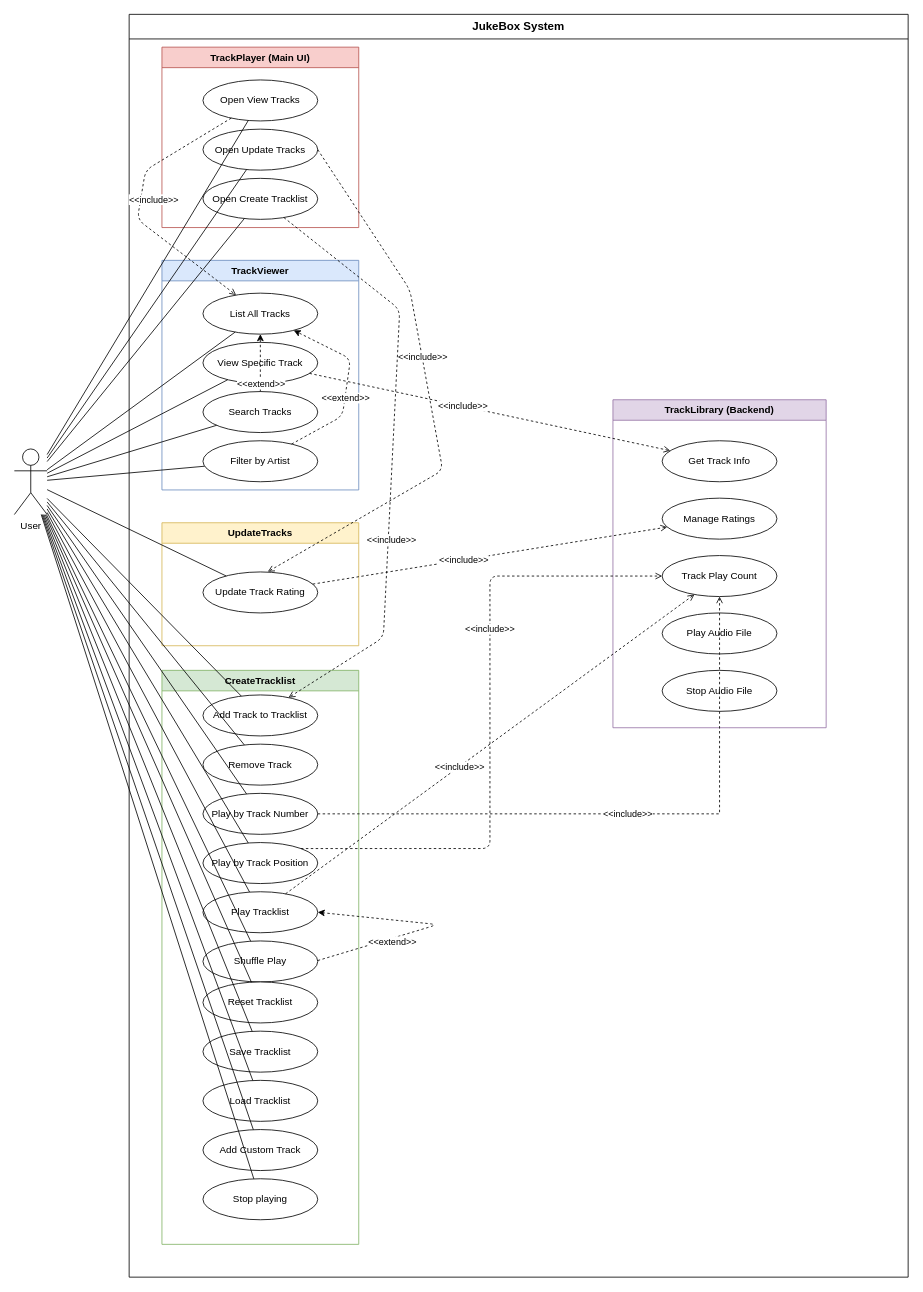
This is usecase-2-2.drawio from peterpool-dasherz/oop-new, a draw.io file, before an edit. Source tidied: cells renumbered, new cells numbered last; positions are measured from the earlier drawing's top-left corner, leaving out a move shared by most shapes. Both pictures are drawn from the tidied source at 82%, with x=0, y=0 at pixel (14, 14).
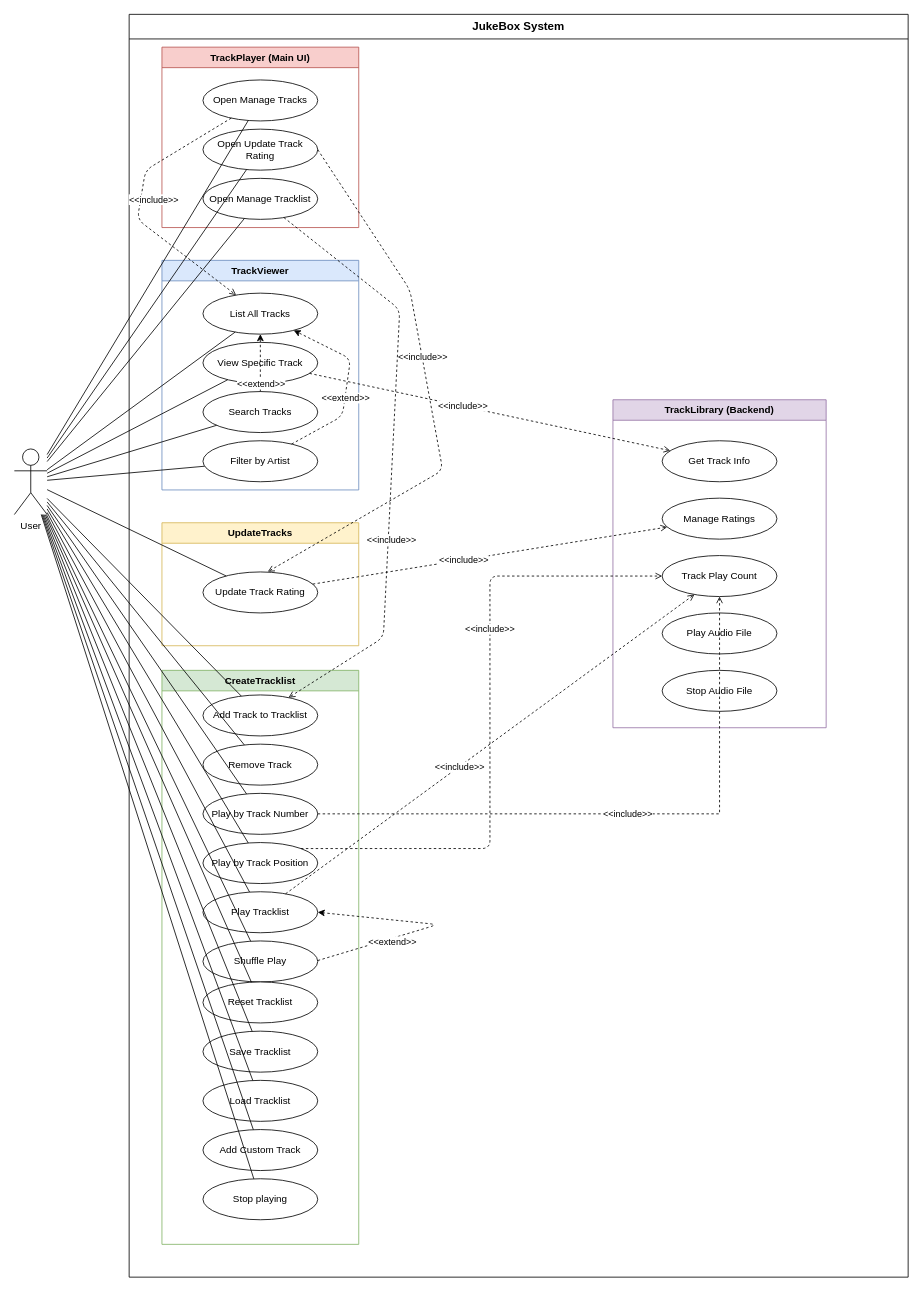
The same diagram, later.

Commit message (it also covers changes not shown here):
Update player files and use case diagram

Unchanged cells that the change refers to:
```xml
<mxCell id="4" value="&lt;b&gt;TrackPlayer (Main UI)&lt;/b&gt;" style="swimlane;whiteSpace=wrap;html=1;startSize=25;fillColor=#f8cecc;strokeColor=#b85450;" parent="3" vertex="1">
  <mxGeometry x="40" y="40" width="240" height="220" as="geometry" />
</mxCell>
```

What changed in the source:
```diff
@@
-    <mxCell id="5" value="Open View Tracks" style="ellipse;whiteSpace=wrap;html=1;" parent="4" vertex="1">
+    <mxCell id="5" value="Open Manage Tracks" style="ellipse;whiteSpace=wrap;html=1;" parent="4" vertex="1">
       <mxGeometry x="50" y="40" width="140" height="50" as="geometry" />
     </mxCell>
-    <mxCell id="6" value="Open Update Tracks" style="ellipse;whiteSpace=wrap;html=1;" parent="4" vertex="1">
+    <mxCell id="6" value="Open Update Track Rating" style="ellipse;whiteSpace=wrap;html=1;" parent="4" vertex="1">
       <mxGeometry x="50" y="100" width="140" height="50" as="geometry" />
     </mxCell>
-    <mxCell id="7" value="Open Create Tracklist" style="ellipse;whiteSpace=wrap;html=1;" parent="4" vertex="1">
+    <mxCell id="7" value="Open Manage Tracklist" style="ellipse;whiteSpace=wrap;html=1;" parent="4" vertex="1">
       <mxGeometry x="50" y="160" width="140" height="50" as="geometry" />
     </mxCell>
```
